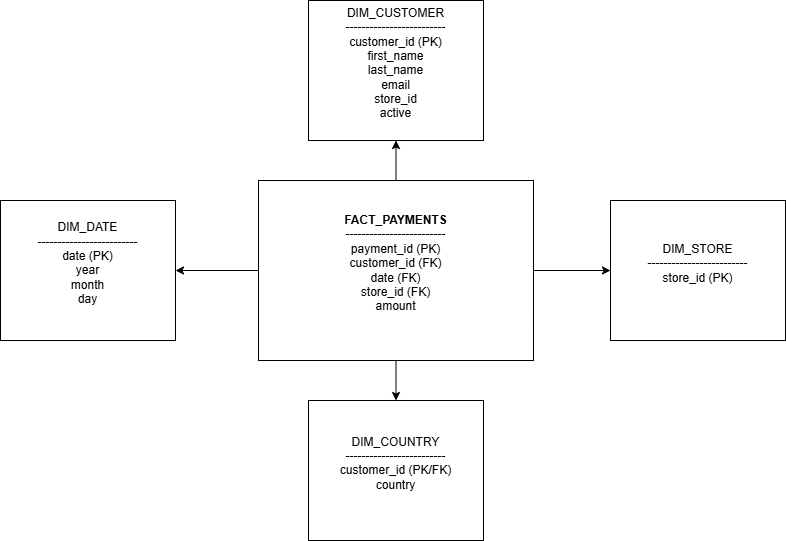
muhammeta55/Sakila_End_to_End_Project keeps this draw.io diagram as Phase2_Snowflake/StarSchema/sakila_star_schema.png. Above is the earlier version. Source tidied: cells renumbered, new cells last; positions are measured from the earlier drawing's top-left corner, leaving out a move shared by most shapes. Its diagram source:
```xml
<mxGraphModel>
  <root>
    <mxCell id="0" />
    <mxCell id="1" parent="0" />
    <mxCell id="2" style="edgeStyle=orthogonalEdgeStyle;rounded=0;jettySize=auto;html=1;entryX=0.5;entryY=1;entryDx=0;entryDy=0;" parent="1" edge="1" source="6" target="7">
      <mxGeometry relative="1" as="geometry" />
    </mxCell>
    <mxCell id="3" style="edgeStyle=orthogonalEdgeStyle;rounded=0;jettySize=auto;html=1;entryX=0;entryY=0.5;entryDx=0;entryDy=0;" parent="1" edge="1" source="6" target="9">
      <mxGeometry relative="1" as="geometry" />
    </mxCell>
    <mxCell id="4" style="edgeStyle=orthogonalEdgeStyle;rounded=0;jettySize=auto;html=1;" parent="1" edge="1" source="6" target="10">
      <mxGeometry relative="1" as="geometry" />
    </mxCell>
    <mxCell id="5" style="edgeStyle=orthogonalEdgeStyle;rounded=0;jettySize=auto;html=1;entryX=1;entryY=0.5;entryDx=0;entryDy=0;" parent="1" edge="1" source="6" target="8">
      <mxGeometry relative="1" as="geometry" />
    </mxCell>
    <mxCell id="6" value="&lt;div&gt;&lt;b&gt;FACT_PAYMENTS&lt;/b&gt;&lt;/div&gt;&lt;div&gt;-------------------------&lt;/div&gt;&lt;div&gt;payment_id (PK)&lt;/div&gt;&lt;div&gt;customer_id (FK)&lt;/div&gt;&lt;div&gt;date (FK)&lt;/div&gt;&lt;div&gt;store_id (FK)&lt;/div&gt;&lt;div&gt;amount&lt;/div&gt;&lt;div&gt;&lt;br&gt;&lt;/div&gt;" style="rounded=0;whiteSpace=wrap;html=1;" parent="1" vertex="1">
      <mxGeometry x="258" y="180" width="275" height="180" as="geometry" />
    </mxCell>
    <mxCell id="7" value="&lt;div&gt;DIM_CUSTOMER&lt;/div&gt;&lt;div&gt;-------------------------&lt;/div&gt;&lt;div&gt;customer_id (PK)&lt;/div&gt;&lt;div&gt;first_name&lt;/div&gt;&lt;div&gt;last_name&lt;/div&gt;&lt;div&gt;email&lt;/div&gt;&lt;div&gt;store_id&lt;/div&gt;&lt;div&gt;active&lt;/div&gt;&lt;div&gt;&lt;br&gt;&lt;/div&gt;" style="rounded=0;whiteSpace=wrap;html=1;" parent="1" vertex="1">
      <mxGeometry x="308" width="175" height="140" as="geometry" />
    </mxCell>
    <mxCell id="8" value="&lt;div&gt;&lt;div&gt;DIM_DATE&lt;/div&gt;&lt;div&gt;-------------------------&lt;/div&gt;&lt;div&gt;date (PK)&lt;/div&gt;&lt;div&gt;year&lt;/div&gt;&lt;div&gt;month&lt;/div&gt;&lt;div&gt;day&lt;/div&gt;&lt;/div&gt;&lt;div&gt;&lt;br&gt;&lt;/div&gt;" style="rounded=0;whiteSpace=wrap;html=1;" parent="1" vertex="1">
      <mxGeometry y="200" width="175" height="140" as="geometry" />
    </mxCell>
    <mxCell id="9" value="&lt;div&gt;&lt;div&gt;DIM_STORE&lt;/div&gt;&lt;div&gt;-------------------------&lt;/div&gt;&lt;div&gt;store_id (PK)&lt;/div&gt;&lt;/div&gt;&lt;div&gt;&lt;br&gt;&lt;/div&gt;" style="rounded=0;whiteSpace=wrap;html=1;" parent="1" vertex="1">
      <mxGeometry x="610" y="200" width="175" height="140" as="geometry" />
    </mxCell>
    <mxCell id="10" value="&lt;div&gt;&lt;div&gt;&lt;div&gt;DIM_COUNTRY&lt;/div&gt;&lt;div&gt;-------------------------&lt;/div&gt;&lt;div&gt;customer_id (PK/FK)&lt;/div&gt;&lt;div&gt;country&lt;/div&gt;&lt;/div&gt;&lt;/div&gt;&lt;div&gt;&lt;br&gt;&lt;/div&gt;" style="rounded=0;whiteSpace=wrap;html=1;" parent="1" vertex="1">
      <mxGeometry x="308" y="400" width="175" height="140" as="geometry" />
    </mxCell>
  </root>
</mxGraphModel>
```
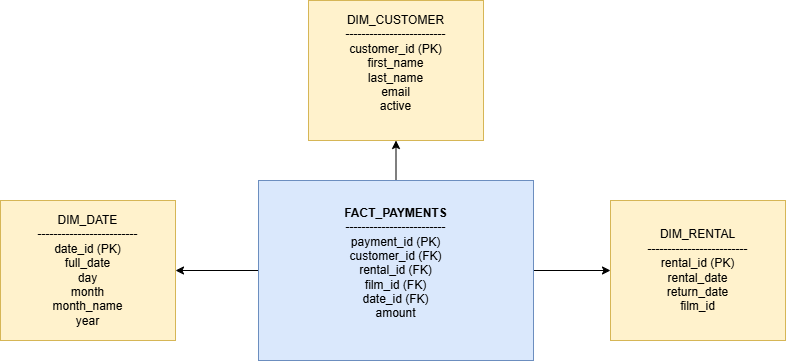
Above is the later version.

The edit, as a diff of the source:
```diff
@@ -8,26 +8,20 @@
     <mxCell id="3" style="edgeStyle=orthogonalEdgeStyle;rounded=0;jettySize=auto;html=1;entryX=0;entryY=0.5;entryDx=0;entryDy=0;" parent="1" edge="1" source="6" target="9">
       <mxGeometry relative="1" as="geometry" />
     </mxCell>
-    <mxCell id="4" style="edgeStyle=orthogonalEdgeStyle;rounded=0;jettySize=auto;html=1;" parent="1" edge="1" source="6" target="10">
-      <mxGeometry relative="1" as="geometry" />
-    </mxCell>
     <mxCell id="5" style="edgeStyle=orthogonalEdgeStyle;rounded=0;jettySize=auto;html=1;entryX=1;entryY=0.5;entryDx=0;entryDy=0;" parent="1" edge="1" source="6" target="8">
       <mxGeometry relative="1" as="geometry" />
     </mxCell>
-    <mxCell id="6" value="&lt;div&gt;&lt;b&gt;FACT_PAYMENTS&lt;/b&gt;&lt;/div&gt;&lt;div&gt;-------------------------&lt;/div&gt;&lt;div&gt;payment_id (PK)&lt;/div&gt;&lt;div&gt;customer_id (FK)&lt;/div&gt;&lt;div&gt;date (FK)&lt;/div&gt;&lt;div&gt;store_id (FK)&lt;/div&gt;&lt;div&gt;amount&lt;/div&gt;&lt;div&gt;&lt;br&gt;&lt;/div&gt;" style="rounded=0;whiteSpace=wrap;html=1;" parent="1" vertex="1">
+    <mxCell id="6" value="&lt;div&gt;&lt;b&gt;FACT_PAYMENTS&lt;/b&gt;&lt;/div&gt;&lt;div&gt;-------------------------&lt;/div&gt;&lt;div&gt;&lt;div&gt;payment_id (PK)&lt;/div&gt;&lt;div&gt;customer_id (FK)&lt;/div&gt;&lt;div&gt;rental_id (FK)&lt;/div&gt;&lt;div&gt;film_id (FK)&lt;/div&gt;&lt;div&gt;date_id (FK)&lt;/div&gt;&lt;div&gt;amount&lt;/div&gt;&lt;/div&gt;&lt;div&gt;&lt;br&gt;&lt;/div&gt;" style="rounded=0;whiteSpace=wrap;html=1;fillColor=#dae8fc;strokeColor=#6c8ebf;" parent="1" vertex="1">
       <mxGeometry x="258" y="180" width="275" height="180" as="geometry" />
     </mxCell>
-    <mxCell id="7" value="&lt;div&gt;DIM_CUSTOMER&lt;/div&gt;&lt;div&gt;-------------------------&lt;/div&gt;&lt;div&gt;customer_id (PK)&lt;/div&gt;&lt;div&gt;first_name&lt;/div&gt;&lt;div&gt;last_name&lt;/div&gt;&lt;div&gt;email&lt;/div&gt;&lt;div&gt;store_id&lt;/div&gt;&lt;div&gt;active&lt;/div&gt;&lt;div&gt;&lt;br&gt;&lt;/div&gt;" style="rounded=0;whiteSpace=wrap;html=1;" parent="1" vertex="1">
+    <mxCell id="7" value="&lt;div&gt;DIM_CUSTOMER&lt;/div&gt;&lt;div&gt;-------------------------&lt;/div&gt;&lt;div&gt;&lt;div&gt;customer_id (PK)&lt;/div&gt;&lt;div&gt;first_name&lt;/div&gt;&lt;div&gt;last_name&lt;/div&gt;&lt;div&gt;email&lt;/div&gt;&lt;div&gt;active&lt;/div&gt;&lt;/div&gt;&lt;div&gt;&lt;br&gt;&lt;/div&gt;" style="rounded=0;whiteSpace=wrap;html=1;fillColor=#fff2cc;strokeColor=#d6b656;" parent="1" vertex="1">
       <mxGeometry x="308" width="175" height="140" as="geometry" />
     </mxCell>
-    <mxCell id="8" value="&lt;div&gt;&lt;div&gt;DIM_DATE&lt;/div&gt;&lt;div&gt;-------------------------&lt;/div&gt;&lt;div&gt;date (PK)&lt;/div&gt;&lt;div&gt;year&lt;/div&gt;&lt;div&gt;month&lt;/div&gt;&lt;div&gt;day&lt;/div&gt;&lt;/div&gt;&lt;div&gt;&lt;br&gt;&lt;/div&gt;" style="rounded=0;whiteSpace=wrap;html=1;" parent="1" vertex="1">
+    <mxCell id="8" value="&lt;div&gt;&lt;div&gt;DIM_DATE&lt;/div&gt;&lt;div&gt;-------------------------&lt;/div&gt;&lt;/div&gt;&lt;div&gt;&lt;div&gt;date_id (PK)&lt;/div&gt;&lt;div&gt;full_date&lt;/div&gt;&lt;div&gt;day&lt;/div&gt;&lt;div&gt;month&lt;/div&gt;&lt;div&gt;month_name&lt;/div&gt;&lt;div&gt;year&lt;/div&gt;&lt;/div&gt;" style="rounded=0;whiteSpace=wrap;html=1;fillColor=#fff2cc;strokeColor=#d6b656;" parent="1" vertex="1">
       <mxGeometry y="200" width="175" height="140" as="geometry" />
     </mxCell>
-    <mxCell id="9" value="&lt;div&gt;&lt;div&gt;DIM_STORE&lt;/div&gt;&lt;div&gt;-------------------------&lt;/div&gt;&lt;div&gt;store_id (PK)&lt;/div&gt;&lt;/div&gt;&lt;div&gt;&lt;br&gt;&lt;/div&gt;" style="rounded=0;whiteSpace=wrap;html=1;" parent="1" vertex="1">
+    <mxCell id="9" value="&lt;div&gt;&lt;div&gt;DIM_RENTAL&lt;/div&gt;&lt;div&gt;-------------------------&lt;/div&gt;&lt;div&gt;&lt;div&gt;rental_id (PK)&lt;/div&gt;&lt;div&gt;rental_date&lt;/div&gt;&lt;div&gt;return_date&lt;/div&gt;&lt;div&gt;film_id&lt;/div&gt;&lt;/div&gt;&lt;/div&gt;" style="rounded=0;whiteSpace=wrap;html=1;fillColor=#fff2cc;strokeColor=#d6b656;" parent="1" vertex="1">
       <mxGeometry x="610" y="200" width="175" height="140" as="geometry" />
     </mxCell>
-    <mxCell id="10" value="&lt;div&gt;&lt;div&gt;&lt;div&gt;DIM_COUNTRY&lt;/div&gt;&lt;div&gt;-------------------------&lt;/div&gt;&lt;div&gt;customer_id (PK/FK)&lt;/div&gt;&lt;div&gt;country&lt;/div&gt;&lt;/div&gt;&lt;/div&gt;&lt;div&gt;&lt;br&gt;&lt;/div&gt;" style="rounded=0;whiteSpace=wrap;html=1;" parent="1" vertex="1">
-      <mxGeometry x="308" y="400" width="175" height="140" as="geometry" />
-    </mxCell>
   </root>
 </mxGraphModel>
```
